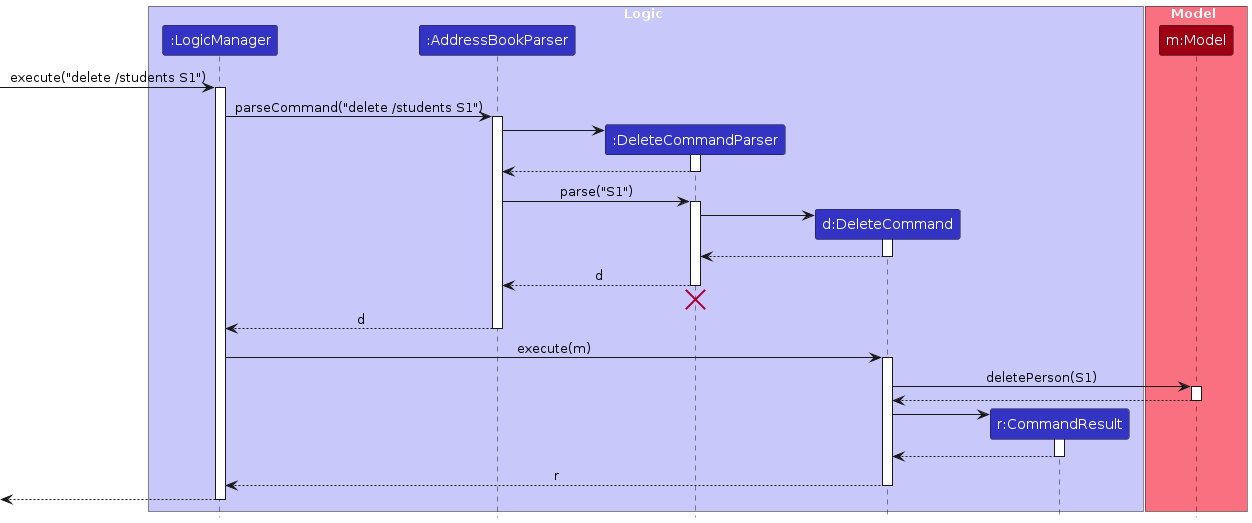
Above: diagrams/DeleteSequenceDiagram.png in AY2526S2-CS2103T-T08-4/tp (PlantUML), before the change. Its source is kept beside it as diagrams/DeleteSequenceDiagram.puml. Source of this version:
```plantuml
@startuml
!include style.puml
skinparam ArrowFontStyle plain

box Logic LOGIC_COLOR_T1
participant ":LogicManager" as LogicManager LOGIC_COLOR
participant ":AddressBookParser" as AddressBookParser LOGIC_COLOR
participant ":DeleteCommandParser" as DeleteCommandParser LOGIC_COLOR
participant "d:DeleteCommand" as DeleteCommand LOGIC_COLOR
participant "r:CommandResult" as CommandResult LOGIC_COLOR
end box

box Model MODEL_COLOR_T1
participant "m:Model" as Model MODEL_COLOR
end box

[-> LogicManager : execute("delete /students S1")
activate LogicManager

LogicManager -> AddressBookParser : parseCommand("delete /students S1")
activate AddressBookParser

create DeleteCommandParser
AddressBookParser -> DeleteCommandParser
activate DeleteCommandParser

DeleteCommandParser --> AddressBookParser
deactivate DeleteCommandParser

AddressBookParser -> DeleteCommandParser : parse("S1")
activate DeleteCommandParser

create DeleteCommand
DeleteCommandParser -> DeleteCommand
activate DeleteCommand

DeleteCommand --> DeleteCommandParser :
deactivate DeleteCommand

DeleteCommandParser --> AddressBookParser : d
deactivate DeleteCommandParser
DeleteCommandParser -[hidden]-> AddressBookParser
destroy DeleteCommandParser

AddressBookParser --> LogicManager : d
deactivate AddressBookParser

LogicManager -> DeleteCommand : execute(m)
activate DeleteCommand

DeleteCommand -> Model : deletePerson(S1)
activate Model

Model --> DeleteCommand
deactivate Model

create CommandResult
DeleteCommand -> CommandResult
activate CommandResult

CommandResult --> DeleteCommand
deactivate CommandResult

DeleteCommand --> LogicManager : r
deactivate DeleteCommand

[<--LogicManager
deactivate LogicManager
@enduml
```
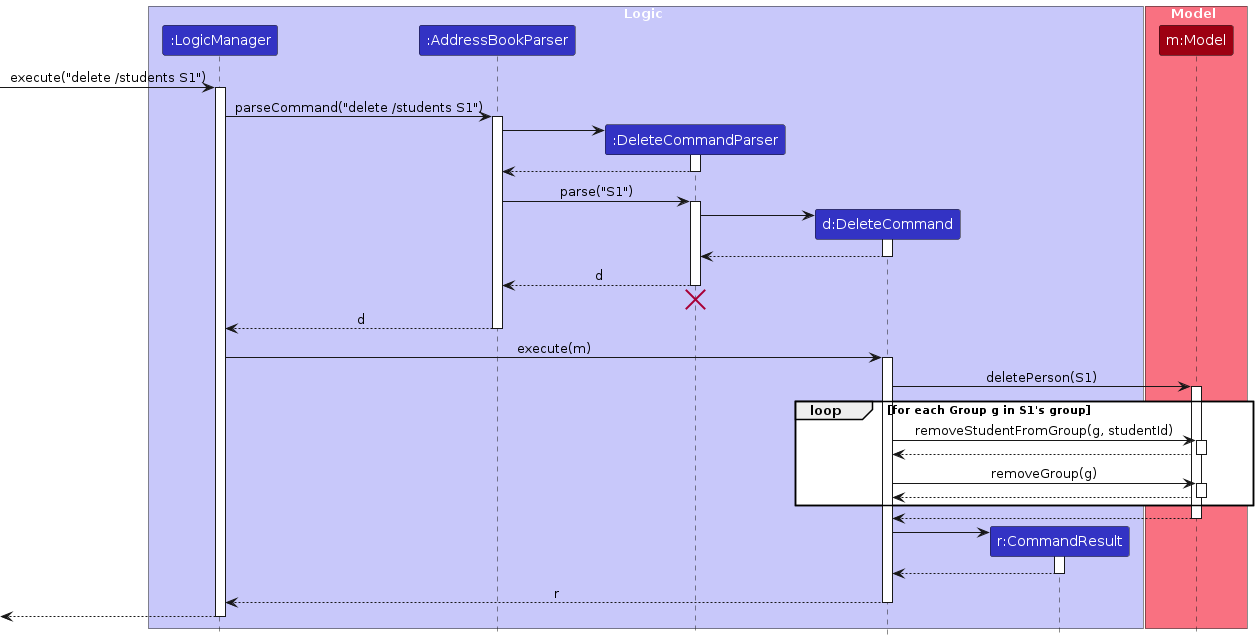
Later version of the same file.

What changed in the source:
```diff
@@ -51,6 +51,20 @@
 DeleteCommand -> Model : deletePerson(S1)
 activate Model
 
+loop for each Group g in S1's group
+
+DeleteCommand -> Model : removeStudentFromGroup(g, studentId)
+activate Model
+Model --> DeleteCommand
+deactivate Model
+
+DeleteCommand -> Model : removeGroup(g)
+activate Model
+Model --> DeleteCommand
+deactivate Model
+
+end
+
 Model --> DeleteCommand
 deactivate Model
 
```
